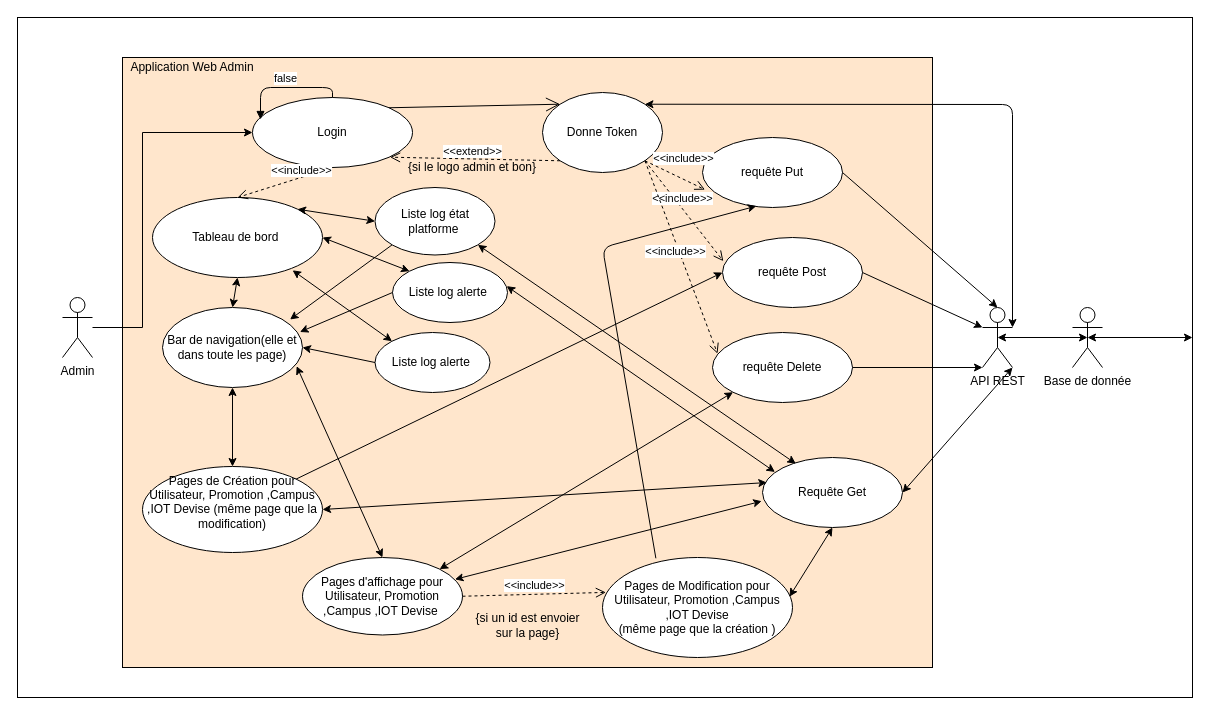
Above: UseCaseWebAdmin.drawio in LENSAlex/ProjetIotia (draw.io), before the change. Source tidied: cells renumbered, new cells numbered last; positions are measured from the earlier drawing's top-left corner, leaving out a move shared by most shapes. Both pictures are drawn from the tidied source at 100%, with x=0, y=0 at pixel (17, 17).
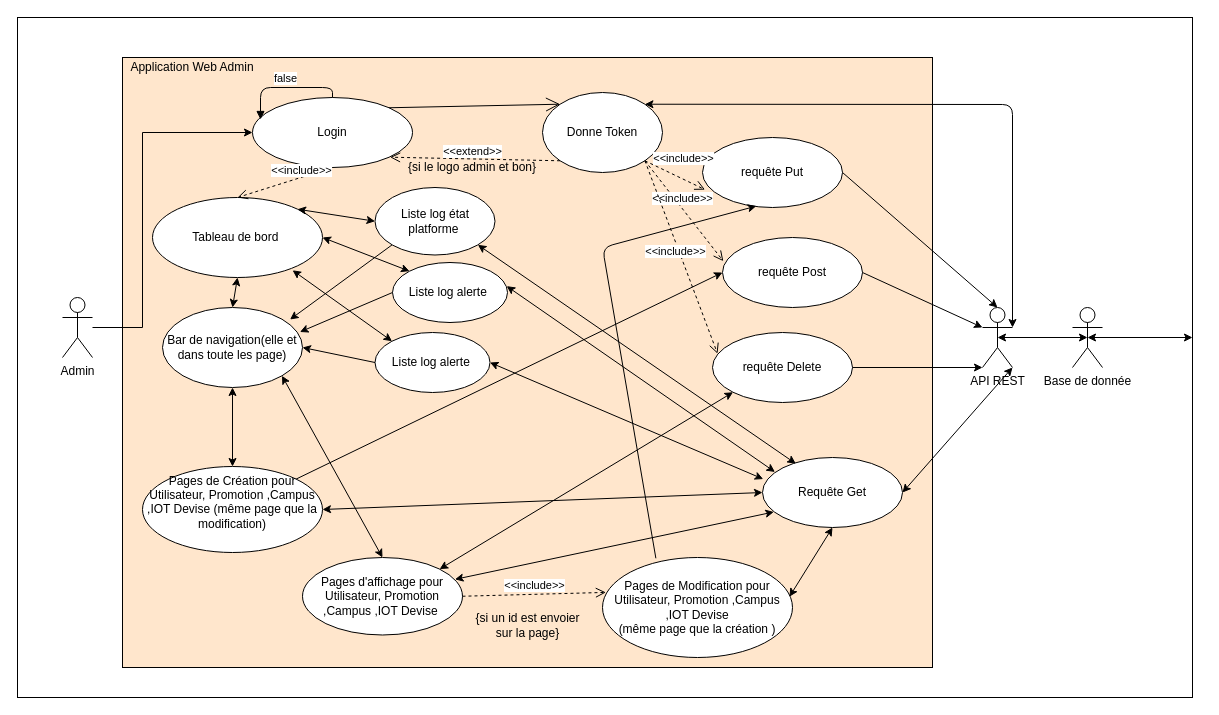
Above is the later version.

The change refers to these unchanged cells:
```xml
<mxCell id="18" value="Pages de Création pour Utilisateur, Promotion ,Campus ,IOT Devise (même page que la modification)&lt;br&gt;&amp;nbsp;" style="ellipse;whiteSpace=wrap;html=1;fillColor=#FFFFFF;" parent="1" vertex="1">
  <mxGeometry x="125" y="449" width="180" height="86" as="geometry" />
</mxCell>
<mxCell id="21" value="Requête Get" style="ellipse;whiteSpace=wrap;html=1;fillColor=#FFFFFF;" parent="1" vertex="1">
  <mxGeometry x="745" y="440" width="140" height="70" as="geometry" />
</mxCell>
<mxCell id="30" value="Bar de navigation(elle et dans toute les page)" style="ellipse;whiteSpace=wrap;html=1;fillColor=#FFFFFF;" parent="1" vertex="1">
  <mxGeometry x="145" y="290" width="140" height="80" as="geometry" />
</mxCell>
<mxCell id="32" value="Liste log alerte&amp;nbsp;" style="ellipse;whiteSpace=wrap;html=1;fillColor=#FFFFFF;" parent="1" vertex="1">
  <mxGeometry x="357.5" y="315" width="115" height="60" as="geometry" />
</mxCell>
<mxCell id="37" value="Pages d'affichage pour Utilisateur, Promotion ,Campus ,IOT Devise&amp;nbsp;" style="ellipse;whiteSpace=wrap;html=1;fillColor=#FFFFFF;" parent="1" vertex="1">
  <mxGeometry x="285" y="540" width="160" height="77.5" as="geometry" />
</mxCell>
```

The edit, as a diff of the source:
```diff
@@
-    <mxCell id="38" style="endArrow=classic;startArrow=classic;html=1;exitX=0.953;exitY=0.282;exitDx=0;exitDy=0;exitPerimeter=0;entryX=-0.006;entryY=0.624;entryDx=0;entryDy=0;entryPerimeter=0;" parent="1" edge="1" source="37" target="21">
+    <mxCell id="38" style="endArrow=classic;startArrow=classic;html=1;exitX=0.953;exitY=0.282;exitDx=0;exitDy=0;exitPerimeter=0;entryX=0.081;entryY=0.778;entryDx=0;entryDy=0;entryPerimeter=0;" parent="1" edge="1" source="37" target="21">
       <mxGeometry relative="1" as="geometry" />
     </mxCell>
@@
-    <mxCell id="41" style="endArrow=classic;startArrow=classic;html=1;exitX=0.5;exitY=0;exitDx=0;exitDy=0;entryX=0.958;entryY=0.733;entryDx=0;entryDy=0;entryPerimeter=0;" parent="1" edge="1" source="37" target="30">
+    <mxCell id="41" style="endArrow=classic;startArrow=classic;html=1;exitX=0.5;exitY=0;exitDx=0;exitDy=0;entryX=1;entryY=1;entryDx=0;entryDy=0;" parent="1" edge="1" source="37" target="30">
       <mxGeometry relative="1" as="geometry" />
     </mxCell>
@@
-    <mxCell id="46" style="endArrow=classic;startArrow=classic;html=1;exitX=1;exitY=0.5;exitDx=0;exitDy=0;entryX=0.031;entryY=0.358;entryDx=0;entryDy=0;entryPerimeter=0;" parent="1" edge="1" source="18" target="21">
+    <mxCell id="46" style="endArrow=classic;startArrow=classic;html=1;exitX=1;exitY=0.5;exitDx=0;exitDy=0;entryX=0;entryY=0.5;entryDx=0;entryDy=0;" parent="1" edge="1" source="18" target="21">
       <mxGeometry relative="1" as="geometry" />
     </mxCell>
@@
+    <mxCell id="57" style="endArrow=classic;startArrow=classic;html=1;exitX=1;exitY=0.5;exitDx=0;exitDy=0;entryX=0.005;entryY=0.308;entryDx=0;entryDy=0;entryPerimeter=0;" parent="1" edge="1" source="32" target="21">
+      <mxGeometry relative="1" as="geometry" />
+    </mxCell>
```
